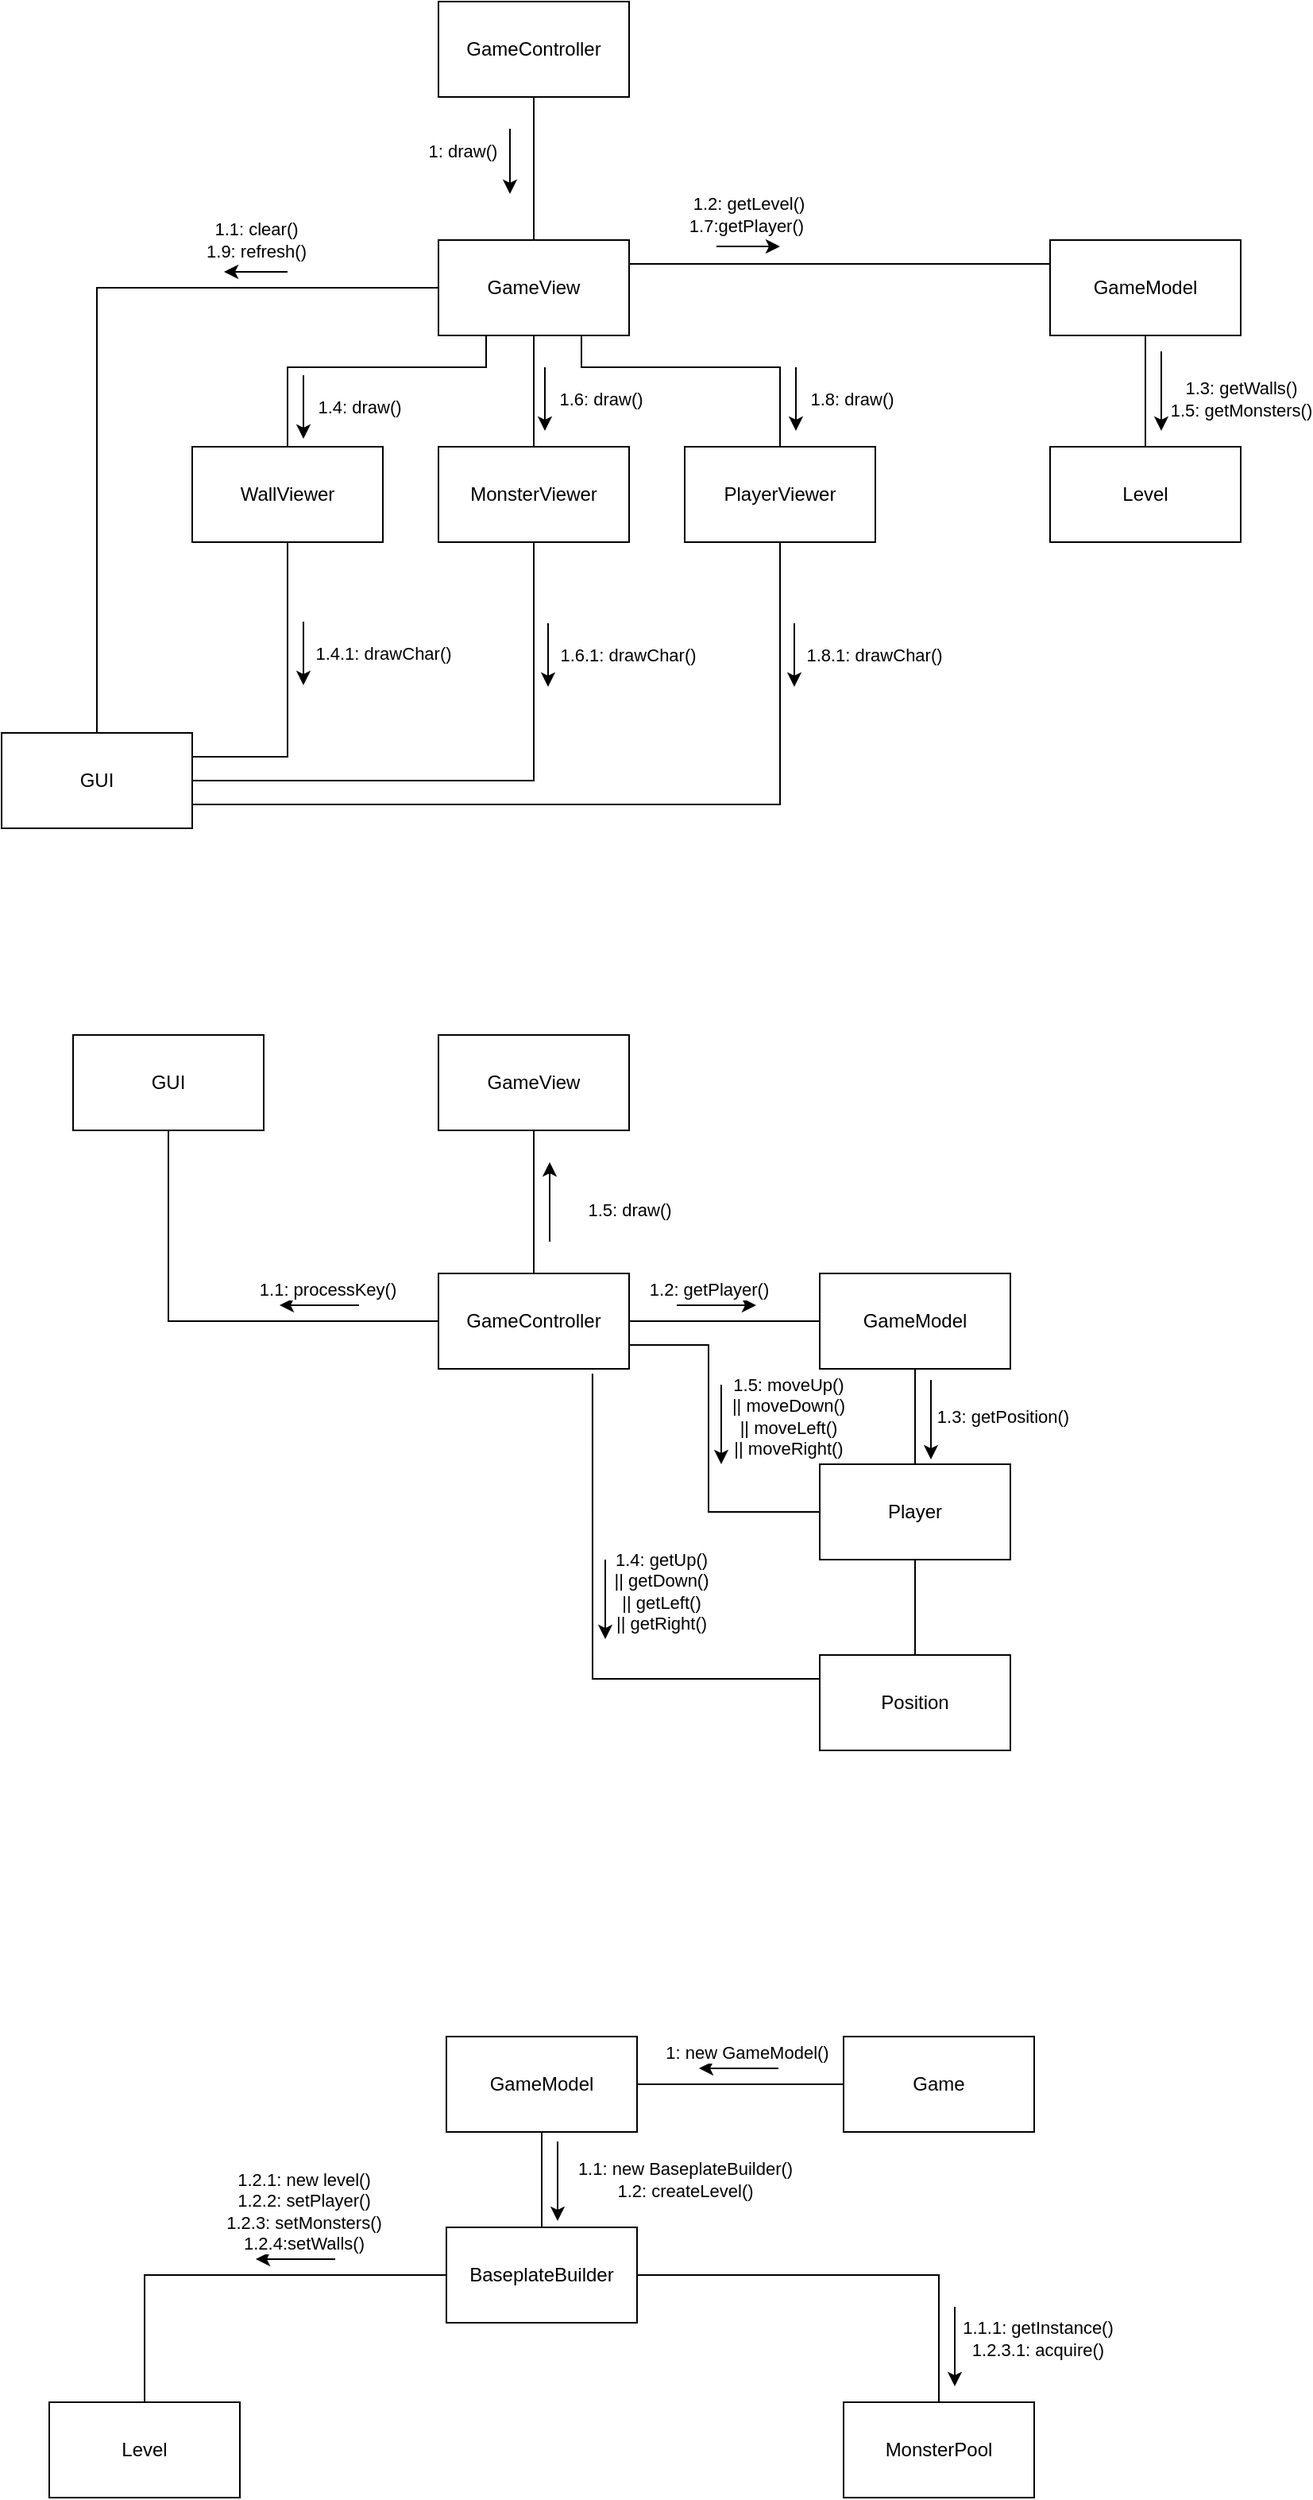
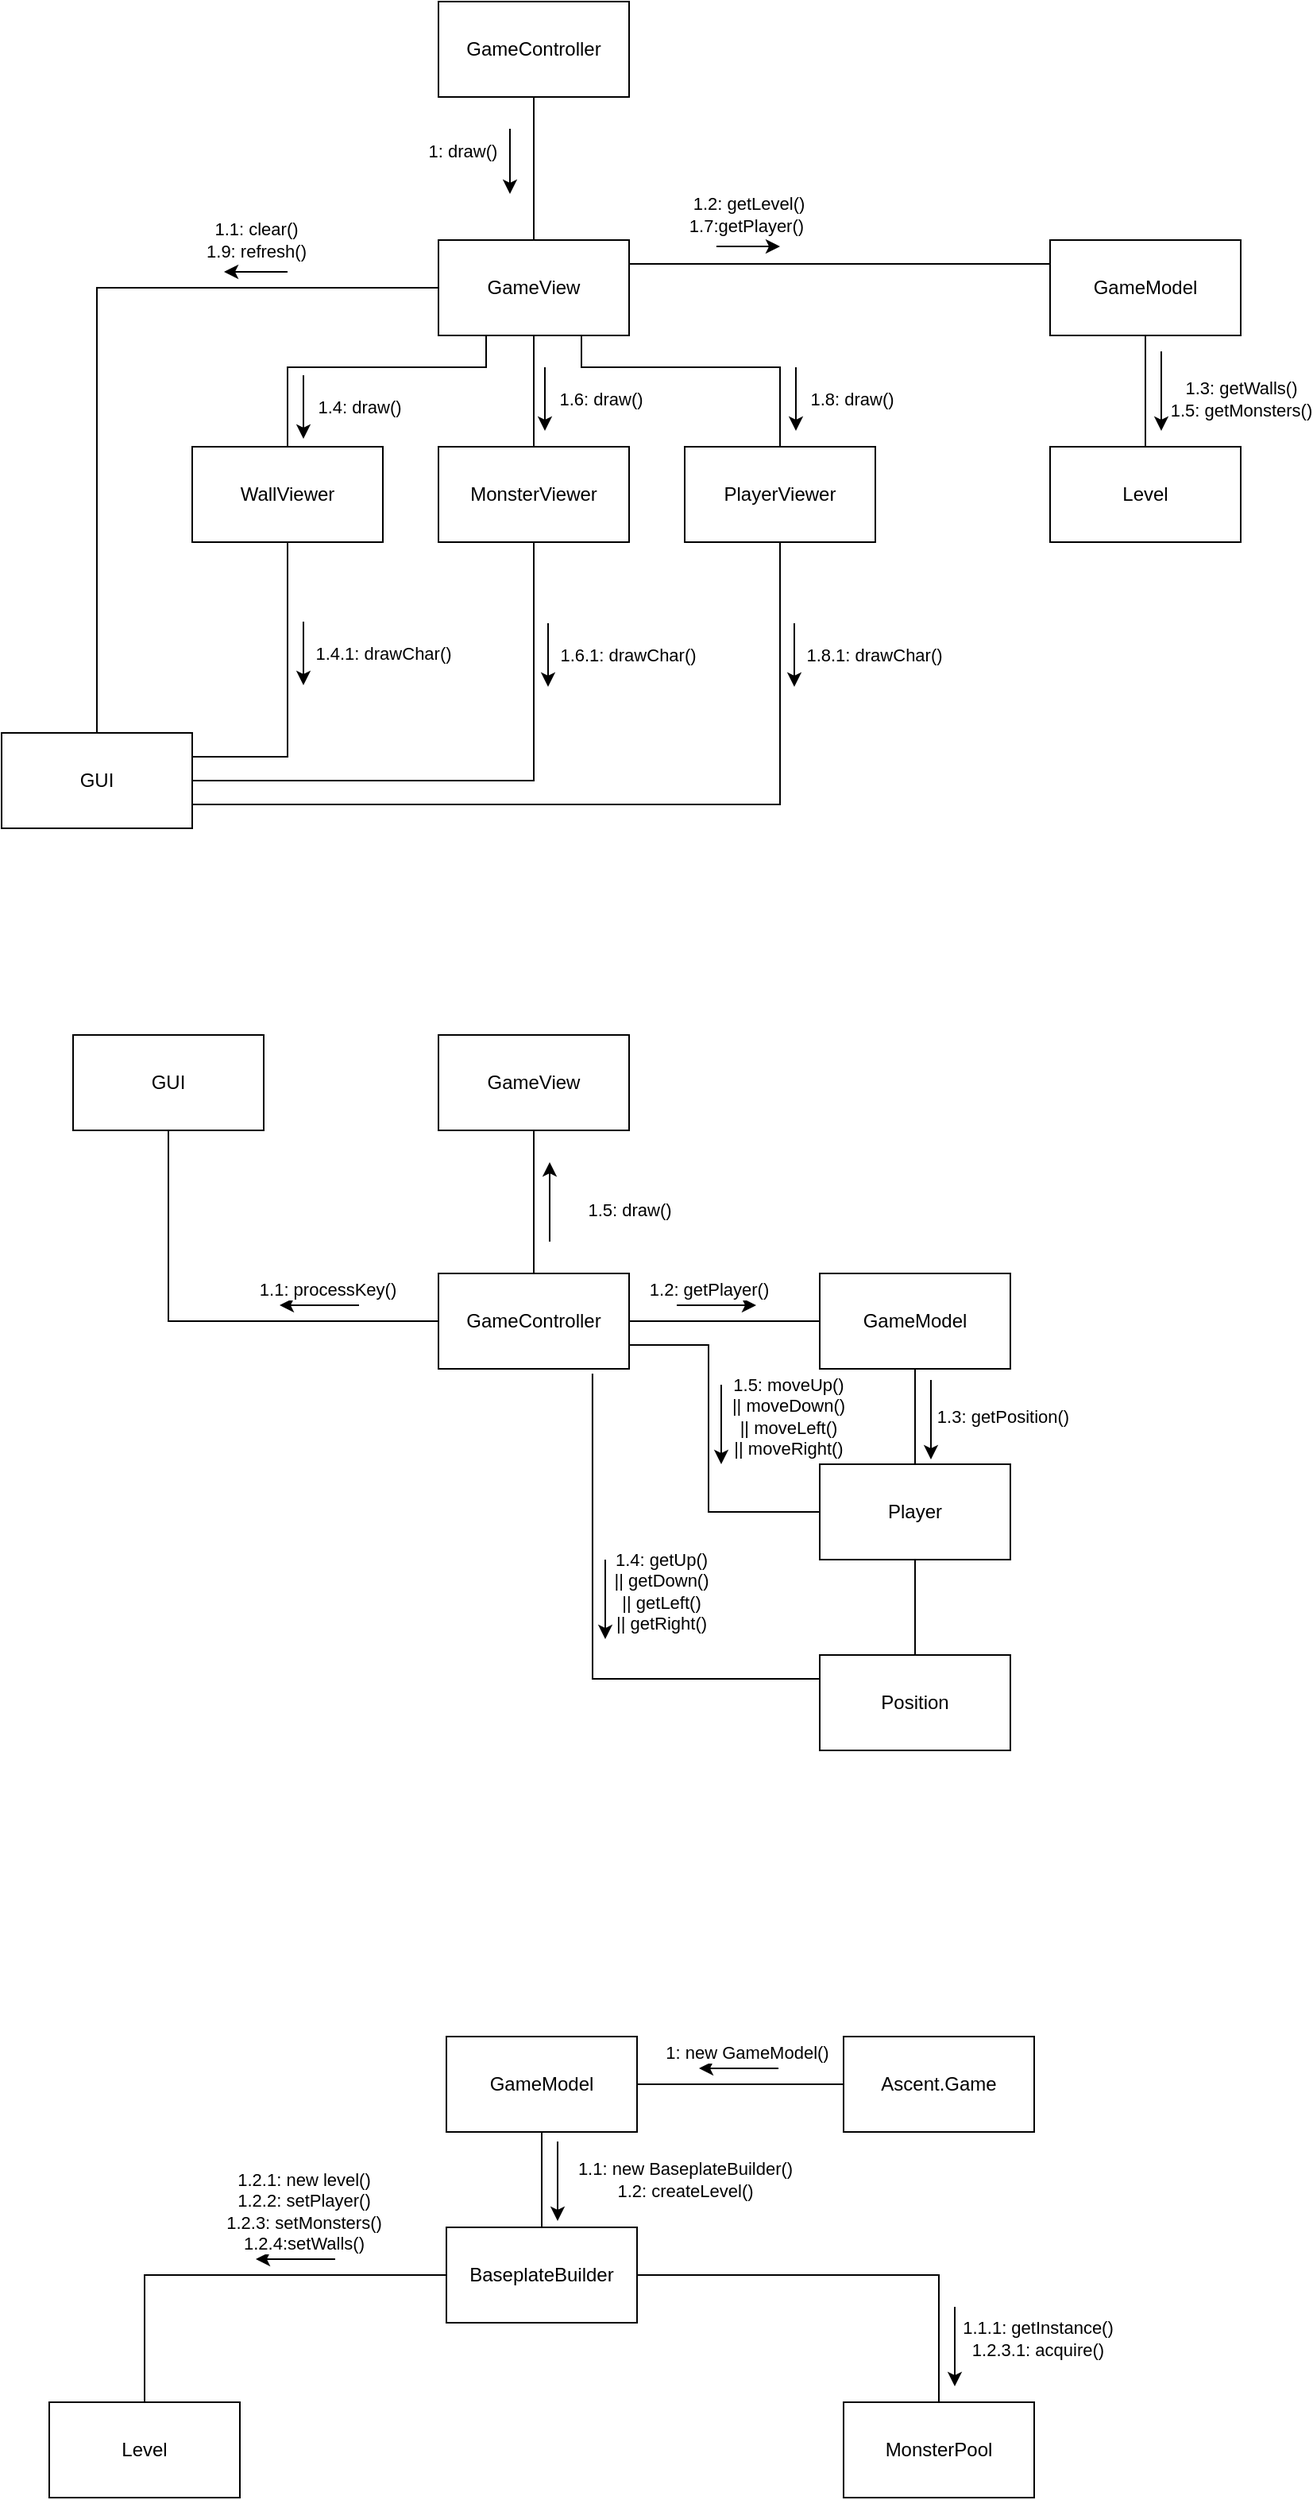
<?xml version="1.0" encoding="UTF-8"?>
<mxfile host="app.diagrams.net" agent="Mozilla/5.0 (Windows NT 10.0; Win64; x64) AppleWebKit/537.36 (KHTML, like Gecko) Chrome/140.0.0.0 Safari/537.36 OPR/124.0.0.0" version="29.0.3">
  <diagram id="YjPSb2SedmJWMKvdduFZ" name="Draw">
    <mxGraphModel dx="1830" dy="1143" grid="1" gridSize="10" guides="1" tooltips="1" connect="1" arrows="1" fold="1" page="1" pageScale="1" pageWidth="850" pageHeight="1100" math="0" shadow="0">
      <root>
        <mxCell id="0" />
        <mxCell id="1" parent="0" />
        <mxCell id="lETLsNKhWcankGJ5vfBW-2" value="GameController" style="rounded=0;whiteSpace=wrap;html=1;" vertex="1" parent="1">
          <mxGeometry x="205" y="330" width="120" height="60" as="geometry" />
        </mxCell>
        <mxCell id="lETLsNKhWcankGJ5vfBW-3" value="GameModel" style="rounded=0;whiteSpace=wrap;html=1;" vertex="1" parent="1">
          <mxGeometry x="590" y="480" width="120" height="60" as="geometry" />
        </mxCell>
        <mxCell id="UcpVN5mYnO5oIUKY5FoK-5" value="GameView" style="rounded=0;whiteSpace=wrap;html=1;" vertex="1" parent="1">
          <mxGeometry x="205" y="480" width="120" height="60" as="geometry" />
        </mxCell>
        <mxCell id="lSLXmA_9nLGFS4caKplQ-2" value="" style="endArrow=none;html=1;rounded=0;entryX=0.5;entryY=1;entryDx=0;entryDy=0;exitX=0.5;exitY=0;exitDx=0;exitDy=0;" edge="1" parent="1" source="UcpVN5mYnO5oIUKY5FoK-5" target="lETLsNKhWcankGJ5vfBW-2">
          <mxGeometry width="50" height="50" relative="1" as="geometry">
            <mxPoint x="240" y="480" as="sourcePoint" />
            <mxPoint x="380" y="390" as="targetPoint" />
            <Array as="points" />
          </mxGeometry>
        </mxCell>
        <mxCell id="lSLXmA_9nLGFS4caKplQ-3" value="&lt;span style=&quot;color: rgb(0, 0, 0); font-family: Helvetica; font-size: 11px; font-style: normal; font-variant-ligatures: normal; font-variant-caps: normal; font-weight: 400; letter-spacing: normal; orphans: 2; text-align: center; text-indent: 0px; text-transform: none; widows: 2; word-spacing: 0px; -webkit-text-stroke-width: 0px; background-color: rgb(255, 255, 255); text-decoration-thickness: initial; text-decoration-style: initial; text-decoration-color: initial; float: none; display: inline !important;&quot;&gt;1: draw()&lt;/span&gt;" style="endArrow=classic;html=1;rounded=0;" edge="1" parent="1">
          <mxGeometry x="-0.3333" y="-30" width="50" height="50" relative="1" as="geometry">
            <mxPoint x="250" y="410" as="sourcePoint" />
            <mxPoint x="250" y="451" as="targetPoint" />
            <mxPoint as="offset" />
          </mxGeometry>
        </mxCell>
        <mxCell id="uTBpaK8IDcfG9yhfwasl-1" value="WallViewer" style="rounded=0;whiteSpace=wrap;html=1;" vertex="1" parent="1">
          <mxGeometry x="50" y="610" width="120" height="60" as="geometry" />
        </mxCell>
        <mxCell id="uTBpaK8IDcfG9yhfwasl-2" value="" style="endArrow=none;html=1;rounded=0;exitX=0.5;exitY=0;exitDx=0;exitDy=0;entryX=0.5;entryY=1;entryDx=0;entryDy=0;" edge="1" parent="1" source="uTBpaK8IDcfG9yhfwasl-3" target="UcpVN5mYnO5oIUKY5FoK-5">
          <mxGeometry width="50" height="50" relative="1" as="geometry">
            <mxPoint x="240" y="590" as="sourcePoint" />
            <mxPoint x="290" y="540" as="targetPoint" />
          </mxGeometry>
        </mxCell>
        <mxCell id="uTBpaK8IDcfG9yhfwasl-3" value="MonsterViewer" style="rounded=0;whiteSpace=wrap;html=1;" vertex="1" parent="1">
          <mxGeometry x="205" y="610" width="120" height="60" as="geometry" />
        </mxCell>
        <mxCell id="uTBpaK8IDcfG9yhfwasl-4" value="PlayerViewer" style="rounded=0;whiteSpace=wrap;html=1;" vertex="1" parent="1">
          <mxGeometry x="360" y="610" width="120" height="60" as="geometry" />
        </mxCell>
        <mxCell id="uTBpaK8IDcfG9yhfwasl-5" value="" style="endArrow=none;html=1;rounded=0;exitX=0.5;exitY=0;exitDx=0;exitDy=0;entryX=0.25;entryY=1;entryDx=0;entryDy=0;" edge="1" parent="1" source="uTBpaK8IDcfG9yhfwasl-1" target="UcpVN5mYnO5oIUKY5FoK-5">
          <mxGeometry width="50" height="50" relative="1" as="geometry">
            <mxPoint x="120" y="560" as="sourcePoint" />
            <mxPoint x="120" y="490" as="targetPoint" />
            <Array as="points">
              <mxPoint x="110" y="560" />
              <mxPoint x="235" y="560" />
            </Array>
          </mxGeometry>
        </mxCell>
        <mxCell id="uTBpaK8IDcfG9yhfwasl-6" value="" style="endArrow=none;html=1;rounded=0;exitX=0.5;exitY=0;exitDx=0;exitDy=0;entryX=0.75;entryY=1;entryDx=0;entryDy=0;" edge="1" parent="1" source="uTBpaK8IDcfG9yhfwasl-4" target="UcpVN5mYnO5oIUKY5FoK-5">
          <mxGeometry width="50" height="50" relative="1" as="geometry">
            <mxPoint x="380" y="650" as="sourcePoint" />
            <mxPoint x="475" y="550" as="targetPoint" />
            <Array as="points">
              <mxPoint x="420" y="560" />
              <mxPoint x="295" y="560" />
            </Array>
          </mxGeometry>
        </mxCell>
        <mxCell id="xp03y-QlZcMOzMCWBn0v-1" value="" style="endArrow=none;html=1;rounded=0;entryX=0;entryY=0.25;entryDx=0;entryDy=0;exitX=1;exitY=0.25;exitDx=0;exitDy=0;" edge="1" parent="1" source="UcpVN5mYnO5oIUKY5FoK-5" target="lETLsNKhWcankGJ5vfBW-3">
          <mxGeometry width="50" height="50" relative="1" as="geometry">
            <mxPoint x="360" y="725" as="sourcePoint" />
            <mxPoint x="500" y="470" as="targetPoint" />
            <Array as="points" />
          </mxGeometry>
        </mxCell>
        <mxCell id="KRrUkrY_6cxvYY6z944D-1" value="&lt;span style=&quot;color: rgb(0, 0, 0); font-family: Helvetica; font-size: 11px; font-style: normal; font-variant-ligatures: normal; font-variant-caps: normal; font-weight: 400; letter-spacing: normal; orphans: 2; text-align: center; text-indent: 0px; text-transform: none; widows: 2; word-spacing: 0px; -webkit-text-stroke-width: 0px; background-color: rgb(255, 255, 255); text-decoration-thickness: initial; text-decoration-style: initial; text-decoration-color: initial; float: none; display: inline !important;&quot;&gt;1.2: getLevel()&lt;/span&gt;&lt;div&gt;&lt;span style=&quot;color: rgb(0, 0, 0); font-family: Helvetica; font-size: 11px; font-style: normal; font-variant-ligatures: normal; font-variant-caps: normal; font-weight: 400; letter-spacing: normal; orphans: 2; text-align: center; text-indent: 0px; text-transform: none; widows: 2; word-spacing: 0px; -webkit-text-stroke-width: 0px; background-color: rgb(255, 255, 255); text-decoration-thickness: initial; text-decoration-style: initial; text-decoration-color: initial; float: none; display: inline !important;&quot;&gt;1.7:getPlayer()&amp;nbsp;&lt;/span&gt;&lt;/div&gt;" style="endArrow=classic;html=1;rounded=0;" edge="1" parent="1">
          <mxGeometry y="20" width="50" height="50" relative="1" as="geometry">
            <mxPoint x="380" y="484" as="sourcePoint" />
            <mxPoint x="420" y="484" as="targetPoint" />
            <mxPoint as="offset" />
          </mxGeometry>
        </mxCell>
        <mxCell id="KRrUkrY_6cxvYY6z944D-4" value="Level" style="rounded=0;whiteSpace=wrap;html=1;" vertex="1" parent="1">
          <mxGeometry x="590" y="610" width="120" height="60" as="geometry" />
        </mxCell>
        <mxCell id="KRrUkrY_6cxvYY6z944D-5" value="" style="endArrow=none;html=1;rounded=0;entryX=0.5;entryY=0;entryDx=0;entryDy=0;exitX=0.5;exitY=1;exitDx=0;exitDy=0;" edge="1" parent="1" source="lETLsNKhWcankGJ5vfBW-3" target="KRrUkrY_6cxvYY6z944D-4">
          <mxGeometry width="50" height="50" relative="1" as="geometry">
            <mxPoint x="660" y="660" as="sourcePoint" />
            <mxPoint x="710" y="610" as="targetPoint" />
          </mxGeometry>
        </mxCell>
        <mxCell id="KRrUkrY_6cxvYY6z944D-6" value="&lt;span style=&quot;color: rgb(0, 0, 0); font-family: Helvetica; font-size: 11px; font-style: normal; font-variant-ligatures: normal; font-variant-caps: normal; font-weight: 400; letter-spacing: normal; orphans: 2; text-align: center; text-indent: 0px; text-transform: none; widows: 2; word-spacing: 0px; -webkit-text-stroke-width: 0px; background-color: rgb(255, 255, 255); text-decoration-thickness: initial; text-decoration-style: initial; text-decoration-color: initial; float: none; display: inline !important;&quot;&gt;1.3: getWalls()&lt;/span&gt;&lt;div&gt;&lt;span style=&quot;color: rgb(0, 0, 0); font-family: Helvetica; font-size: 11px; font-style: normal; font-variant-ligatures: normal; font-variant-caps: normal; font-weight: 400; letter-spacing: normal; orphans: 2; text-align: center; text-indent: 0px; text-transform: none; widows: 2; word-spacing: 0px; -webkit-text-stroke-width: 0px; background-color: rgb(255, 255, 255); text-decoration-thickness: initial; text-decoration-style: initial; text-decoration-color: initial; float: none; display: inline !important;&quot;&gt;1.5: getMonsters()&lt;/span&gt;&lt;/div&gt;" style="endArrow=classic;html=1;rounded=0;" edge="1" parent="1">
          <mxGeometry x="0.2" y="50" width="50" height="50" relative="1" as="geometry">
            <mxPoint x="660" y="550" as="sourcePoint" />
            <mxPoint x="660" y="600" as="targetPoint" />
            <mxPoint as="offset" />
          </mxGeometry>
        </mxCell>
        <mxCell id="0zapDN5xTuSFzIeVgdB1-4" value="&lt;span style=&quot;color: rgb(0, 0, 0); font-family: Helvetica; font-size: 11px; font-style: normal; font-variant-ligatures: normal; font-variant-caps: normal; font-weight: 400; letter-spacing: normal; orphans: 2; text-align: center; text-indent: 0px; text-transform: none; widows: 2; word-spacing: 0px; -webkit-text-stroke-width: 0px; background-color: rgb(255, 255, 255); text-decoration-thickness: initial; text-decoration-style: initial; text-decoration-color: initial; float: none; display: inline !important;&quot;&gt;1.6: draw()&lt;/span&gt;" style="endArrow=classic;html=1;rounded=0;" edge="1" parent="1">
          <mxGeometry y="35" width="50" height="50" relative="1" as="geometry">
            <mxPoint x="272" y="560" as="sourcePoint" />
            <mxPoint x="272" y="600" as="targetPoint" />
            <mxPoint as="offset" />
          </mxGeometry>
        </mxCell>
        <mxCell id="0zapDN5xTuSFzIeVgdB1-5" value="&lt;span style=&quot;color: rgb(0, 0, 0); font-family: Helvetica; font-size: 11px; font-style: normal; font-variant-ligatures: normal; font-variant-caps: normal; font-weight: 400; letter-spacing: normal; orphans: 2; text-align: center; text-indent: 0px; text-transform: none; widows: 2; word-spacing: 0px; -webkit-text-stroke-width: 0px; background-color: rgb(255, 255, 255); text-decoration-thickness: initial; text-decoration-style: initial; text-decoration-color: initial; float: none; display: inline !important;&quot;&gt;1.8: draw()&lt;/span&gt;" style="endArrow=classic;html=1;rounded=0;" edge="1" parent="1">
          <mxGeometry y="35" width="50" height="50" relative="1" as="geometry">
            <mxPoint x="430" y="560" as="sourcePoint" />
            <mxPoint x="430" y="600" as="targetPoint" />
            <mxPoint as="offset" />
          </mxGeometry>
        </mxCell>
        <mxCell id="6pOb5snYKmOCYrcFLq1W-1" value="GUI" style="rounded=0;whiteSpace=wrap;html=1;" vertex="1" parent="1">
          <mxGeometry x="-70" y="790" width="120" height="60" as="geometry" />
        </mxCell>
        <mxCell id="6pOb5snYKmOCYrcFLq1W-2" value="&lt;span style=&quot;color: rgb(0, 0, 0); font-family: Helvetica; font-size: 11px; font-style: normal; font-variant-ligatures: normal; font-variant-caps: normal; font-weight: 400; letter-spacing: normal; orphans: 2; text-align: center; text-indent: 0px; text-transform: none; widows: 2; word-spacing: 0px; -webkit-text-stroke-width: 0px; background-color: rgb(255, 255, 255); text-decoration-thickness: initial; text-decoration-style: initial; text-decoration-color: initial; float: none; display: inline !important;&quot;&gt;1.4: draw()&lt;/span&gt;" style="endArrow=classic;html=1;rounded=0;" edge="1" parent="1">
          <mxGeometry y="35" width="50" height="50" relative="1" as="geometry">
            <mxPoint x="120" y="565" as="sourcePoint" />
            <mxPoint x="120" y="605" as="targetPoint" />
            <mxPoint as="offset" />
          </mxGeometry>
        </mxCell>
        <mxCell id="6pOb5snYKmOCYrcFLq1W-3" value="" style="endArrow=none;html=1;rounded=0;entryX=0;entryY=0.5;entryDx=0;entryDy=0;exitX=0.5;exitY=0;exitDx=0;exitDy=0;" edge="1" parent="1" source="6pOb5snYKmOCYrcFLq1W-1" target="UcpVN5mYnO5oIUKY5FoK-5">
          <mxGeometry width="50" height="50" relative="1" as="geometry">
            <mxPoint x="240" y="660" as="sourcePoint" />
            <mxPoint x="290" y="610" as="targetPoint" />
            <Array as="points">
              <mxPoint x="-10" y="510" />
            </Array>
          </mxGeometry>
        </mxCell>
        <mxCell id="6pOb5snYKmOCYrcFLq1W-4" value="&lt;span style=&quot;color: rgb(0, 0, 0); font-family: Helvetica; font-size: 11px; font-style: normal; font-variant-ligatures: normal; font-variant-caps: normal; font-weight: 400; letter-spacing: normal; orphans: 2; text-align: center; text-indent: 0px; text-transform: none; widows: 2; word-spacing: 0px; -webkit-text-stroke-width: 0px; background-color: rgb(255, 255, 255); text-decoration-thickness: initial; text-decoration-style: initial; text-decoration-color: initial; float: none; display: inline !important;&quot;&gt;1.1: clear()&lt;/span&gt;&lt;div&gt;&lt;span style=&quot;color: rgb(0, 0, 0); font-family: Helvetica; font-size: 11px; font-style: normal; font-variant-ligatures: normal; font-variant-caps: normal; font-weight: 400; letter-spacing: normal; orphans: 2; text-align: center; text-indent: 0px; text-transform: none; widows: 2; word-spacing: 0px; -webkit-text-stroke-width: 0px; background-color: rgb(255, 255, 255); text-decoration-thickness: initial; text-decoration-style: initial; text-decoration-color: initial; float: none; display: inline !important;&quot;&gt;1.9: refresh()&lt;/span&gt;&lt;/div&gt;" style="endArrow=classic;html=1;rounded=0;" edge="1" parent="1">
          <mxGeometry y="-20" width="50" height="50" relative="1" as="geometry">
            <mxPoint x="110" y="500" as="sourcePoint" />
            <mxPoint x="70" y="500" as="targetPoint" />
            <mxPoint as="offset" />
          </mxGeometry>
        </mxCell>
        <mxCell id="6pOb5snYKmOCYrcFLq1W-5" value="" style="endArrow=none;html=1;rounded=0;exitX=0.5;exitY=1;exitDx=0;exitDy=0;entryX=1;entryY=0.25;entryDx=0;entryDy=0;" edge="1" parent="1" source="uTBpaK8IDcfG9yhfwasl-1" target="6pOb5snYKmOCYrcFLq1W-1">
          <mxGeometry width="50" height="50" relative="1" as="geometry">
            <mxPoint x="280" y="660" as="sourcePoint" />
            <mxPoint x="110" y="820" as="targetPoint" />
            <Array as="points">
              <mxPoint x="110" y="805" />
            </Array>
          </mxGeometry>
        </mxCell>
        <mxCell id="6pOb5snYKmOCYrcFLq1W-6" value="&lt;span style=&quot;color: rgb(0, 0, 0); font-family: Helvetica; font-size: 11px; font-style: normal; font-variant-ligatures: normal; font-variant-caps: normal; font-weight: 400; letter-spacing: normal; orphans: 2; text-align: center; text-indent: 0px; text-transform: none; widows: 2; word-spacing: 0px; -webkit-text-stroke-width: 0px; background-color: rgb(255, 255, 255); text-decoration-thickness: initial; text-decoration-style: initial; text-decoration-color: initial; float: none; display: inline !important;&quot;&gt;1.4.1: drawChar()&lt;/span&gt;" style="endArrow=classic;html=1;rounded=0;" edge="1" parent="1">
          <mxGeometry y="50" width="50" height="50" relative="1" as="geometry">
            <mxPoint x="120" y="720" as="sourcePoint" />
            <mxPoint x="120" y="760" as="targetPoint" />
            <mxPoint as="offset" />
          </mxGeometry>
        </mxCell>
        <mxCell id="6pOb5snYKmOCYrcFLq1W-7" value="" style="endArrow=none;html=1;rounded=0;exitX=0.5;exitY=1;exitDx=0;exitDy=0;entryX=1;entryY=0.5;entryDx=0;entryDy=0;" edge="1" parent="1" source="uTBpaK8IDcfG9yhfwasl-3" target="6pOb5snYKmOCYrcFLq1W-1">
          <mxGeometry width="50" height="50" relative="1" as="geometry">
            <mxPoint x="320" y="790" as="sourcePoint" />
            <mxPoint x="260" y="925" as="targetPoint" />
            <Array as="points">
              <mxPoint x="265" y="820" />
            </Array>
          </mxGeometry>
        </mxCell>
        <mxCell id="6pOb5snYKmOCYrcFLq1W-8" value="&lt;span style=&quot;color: rgb(0, 0, 0); font-family: Helvetica; font-size: 11px; font-style: normal; font-variant-ligatures: normal; font-variant-caps: normal; font-weight: 400; letter-spacing: normal; orphans: 2; text-align: center; text-indent: 0px; text-transform: none; widows: 2; word-spacing: 0px; -webkit-text-stroke-width: 0px; background-color: rgb(255, 255, 255); text-decoration-thickness: initial; text-decoration-style: initial; text-decoration-color: initial; float: none; display: inline !important;&quot;&gt;1.6.1: drawChar()&lt;/span&gt;" style="endArrow=classic;html=1;rounded=0;" edge="1" parent="1">
          <mxGeometry y="50" width="50" height="50" relative="1" as="geometry">
            <mxPoint x="274" y="721" as="sourcePoint" />
            <mxPoint x="274" y="761" as="targetPoint" />
            <mxPoint as="offset" />
          </mxGeometry>
        </mxCell>
        <mxCell id="6pOb5snYKmOCYrcFLq1W-11" value="" style="endArrow=none;html=1;rounded=0;exitX=0.5;exitY=1;exitDx=0;exitDy=0;entryX=1;entryY=0.75;entryDx=0;entryDy=0;" edge="1" parent="1" target="6pOb5snYKmOCYrcFLq1W-1">
          <mxGeometry width="50" height="50" relative="1" as="geometry">
            <mxPoint x="420" y="670" as="sourcePoint" />
            <mxPoint x="205" y="820" as="targetPoint" />
            <Array as="points">
              <mxPoint x="420" y="835" />
            </Array>
          </mxGeometry>
        </mxCell>
        <mxCell id="6pOb5snYKmOCYrcFLq1W-12" value="&lt;span style=&quot;color: rgb(0, 0, 0); font-family: Helvetica; font-size: 11px; font-style: normal; font-variant-ligatures: normal; font-variant-caps: normal; font-weight: 400; letter-spacing: normal; orphans: 2; text-align: center; text-indent: 0px; text-transform: none; widows: 2; word-spacing: 0px; -webkit-text-stroke-width: 0px; background-color: rgb(255, 255, 255); text-decoration-thickness: initial; text-decoration-style: initial; text-decoration-color: initial; float: none; display: inline !important;&quot;&gt;1.8.1: drawChar()&lt;/span&gt;" style="endArrow=classic;html=1;rounded=0;" edge="1" parent="1">
          <mxGeometry y="50" width="50" height="50" relative="1" as="geometry">
            <mxPoint x="429" y="721" as="sourcePoint" />
            <mxPoint x="429" y="761" as="targetPoint" />
            <mxPoint as="offset" />
          </mxGeometry>
        </mxCell>
        <mxCell id="bet9H8ktPUoF8WtyspT3-1" value="GameController" style="rounded=0;whiteSpace=wrap;html=1;" vertex="1" parent="1">
          <mxGeometry x="205" y="1130" width="120" height="60" as="geometry" />
        </mxCell>
        <mxCell id="bet9H8ktPUoF8WtyspT3-2" value="&lt;div&gt;GUI&lt;/div&gt;" style="rounded=0;whiteSpace=wrap;html=1;" vertex="1" parent="1">
          <mxGeometry x="-25" y="980" width="120" height="60" as="geometry" />
        </mxCell>
        <mxCell id="bet9H8ktPUoF8WtyspT3-3" value="" style="endArrow=none;html=1;rounded=0;entryX=0;entryY=0.5;entryDx=0;entryDy=0;exitX=0.5;exitY=1;exitDx=0;exitDy=0;" edge="1" parent="1" source="bet9H8ktPUoF8WtyspT3-2" target="bet9H8ktPUoF8WtyspT3-1">
          <mxGeometry width="50" height="50" relative="1" as="geometry">
            <mxPoint x="285" y="1420" as="sourcePoint" />
            <mxPoint x="335" y="1370" as="targetPoint" />
            <Array as="points">
              <mxPoint x="35" y="1160" />
            </Array>
          </mxGeometry>
        </mxCell>
        <mxCell id="bet9H8ktPUoF8WtyspT3-4" value="&lt;span style=&quot;color: rgb(0, 0, 0); font-family: Helvetica; font-size: 11px; font-style: normal; font-variant-ligatures: normal; font-variant-caps: normal; font-weight: 400; letter-spacing: normal; orphans: 2; text-align: center; text-indent: 0px; text-transform: none; widows: 2; word-spacing: 0px; -webkit-text-stroke-width: 0px; background-color: rgb(255, 255, 255); text-decoration-thickness: initial; text-decoration-style: initial; text-decoration-color: initial; float: none; display: inline !important;&quot;&gt;1.1: processKey()&lt;/span&gt;" style="endArrow=classic;html=1;rounded=0;" edge="1" parent="1">
          <mxGeometry x="-0.2" y="-10" width="50" height="50" relative="1" as="geometry">
            <mxPoint x="155" y="1150" as="sourcePoint" />
            <mxPoint x="105" y="1150" as="targetPoint" />
            <mxPoint as="offset" />
          </mxGeometry>
        </mxCell>
        <mxCell id="bet9H8ktPUoF8WtyspT3-5" value="&lt;div&gt;GameModel&lt;/div&gt;" style="rounded=0;whiteSpace=wrap;html=1;" vertex="1" parent="1">
          <mxGeometry x="445" y="1130" width="120" height="60" as="geometry" />
        </mxCell>
        <mxCell id="bet9H8ktPUoF8WtyspT3-6" value="" style="endArrow=none;html=1;rounded=0;" edge="1" parent="1" source="bet9H8ktPUoF8WtyspT3-1" target="bet9H8ktPUoF8WtyspT3-5">
          <mxGeometry width="50" height="50" relative="1" as="geometry">
            <mxPoint x="325" y="1160" as="sourcePoint" />
            <mxPoint x="435" y="1160" as="targetPoint" />
          </mxGeometry>
        </mxCell>
        <mxCell id="bet9H8ktPUoF8WtyspT3-7" value="&lt;span style=&quot;color: rgb(0, 0, 0); font-family: Helvetica; font-size: 11px; font-style: normal; font-variant-ligatures: normal; font-variant-caps: normal; font-weight: 400; letter-spacing: normal; orphans: 2; text-align: center; text-indent: 0px; text-transform: none; widows: 2; word-spacing: 0px; -webkit-text-stroke-width: 0px; background-color: rgb(255, 255, 255); text-decoration-thickness: initial; text-decoration-style: initial; text-decoration-color: initial; float: none; display: inline !important;&quot;&gt;1.2: getPlayer()&lt;/span&gt;" style="endArrow=classic;html=1;rounded=0;" edge="1" parent="1">
          <mxGeometry x="-0.2" y="10" width="50" height="50" relative="1" as="geometry">
            <mxPoint x="355" y="1150" as="sourcePoint" />
            <mxPoint x="405" y="1150" as="targetPoint" />
            <mxPoint as="offset" />
          </mxGeometry>
        </mxCell>
        <mxCell id="bet9H8ktPUoF8WtyspT3-8" value="" style="endArrow=none;html=1;rounded=0;entryX=0.5;entryY=1;entryDx=0;entryDy=0;exitX=0.5;exitY=0;exitDx=0;exitDy=0;" edge="1" parent="1" source="bet9H8ktPUoF8WtyspT3-9" target="bet9H8ktPUoF8WtyspT3-5">
          <mxGeometry width="50" height="50" relative="1" as="geometry">
            <mxPoint x="505" y="1250" as="sourcePoint" />
            <mxPoint x="355" y="1370" as="targetPoint" />
          </mxGeometry>
        </mxCell>
        <mxCell id="bet9H8ktPUoF8WtyspT3-9" value="&lt;div&gt;Player&lt;/div&gt;" style="rounded=0;whiteSpace=wrap;html=1;" vertex="1" parent="1">
          <mxGeometry x="445" y="1250" width="120" height="60" as="geometry" />
        </mxCell>
        <mxCell id="bet9H8ktPUoF8WtyspT3-10" value="&lt;span style=&quot;color: rgb(0, 0, 0); font-family: Helvetica; font-size: 11px; font-style: normal; font-variant-ligatures: normal; font-variant-caps: normal; font-weight: 400; letter-spacing: normal; orphans: 2; text-align: center; text-indent: 0px; text-transform: none; widows: 2; word-spacing: 0px; -webkit-text-stroke-width: 0px; background-color: rgb(255, 255, 255); text-decoration-thickness: initial; text-decoration-style: initial; text-decoration-color: initial; float: none; display: inline !important;&quot;&gt;1.3: getPosition()&lt;/span&gt;" style="endArrow=classic;html=1;rounded=0;" edge="1" parent="1">
          <mxGeometry x="-0.08" y="45" width="50" height="50" relative="1" as="geometry">
            <mxPoint x="515" y="1197" as="sourcePoint" />
            <mxPoint x="515" y="1247" as="targetPoint" />
            <mxPoint as="offset" />
          </mxGeometry>
        </mxCell>
        <mxCell id="bet9H8ktPUoF8WtyspT3-11" value="" style="endArrow=none;html=1;rounded=0;exitX=1;exitY=0.75;exitDx=0;exitDy=0;entryX=0;entryY=0.5;entryDx=0;entryDy=0;" edge="1" parent="1" source="bet9H8ktPUoF8WtyspT3-1" target="bet9H8ktPUoF8WtyspT3-9">
          <mxGeometry width="50" height="50" relative="1" as="geometry">
            <mxPoint x="355" y="1200" as="sourcePoint" />
            <mxPoint x="455" y="1200" as="targetPoint" />
            <Array as="points">
              <mxPoint x="375" y="1175" />
              <mxPoint x="375" y="1280" />
            </Array>
          </mxGeometry>
        </mxCell>
        <mxCell id="bet9H8ktPUoF8WtyspT3-12" value="&lt;span style=&quot;color: rgb(0, 0, 0); font-family: Helvetica; font-size: 11px; font-style: normal; font-variant-ligatures: normal; font-variant-caps: normal; font-weight: 400; letter-spacing: normal; orphans: 2; text-align: center; text-indent: 0px; text-transform: none; widows: 2; word-spacing: 0px; -webkit-text-stroke-width: 0px; background-color: rgb(255, 255, 255); text-decoration-thickness: initial; text-decoration-style: initial; text-decoration-color: initial; float: none; display: inline !important;&quot;&gt;1.5: moveUp()&lt;/span&gt;&lt;div&gt;&lt;span style=&quot;color: rgb(0, 0, 0); font-family: Helvetica; font-size: 11px; font-style: normal; font-variant-ligatures: normal; font-variant-caps: normal; font-weight: 400; letter-spacing: normal; orphans: 2; text-align: center; text-indent: 0px; text-transform: none; widows: 2; word-spacing: 0px; -webkit-text-stroke-width: 0px; background-color: rgb(255, 255, 255); text-decoration-thickness: initial; text-decoration-style: initial; text-decoration-color: initial; float: none; display: inline !important;&quot;&gt;|| moveDown()&lt;/span&gt;&lt;/div&gt;&lt;div&gt;&lt;span style=&quot;color: rgb(0, 0, 0); font-family: Helvetica; font-size: 11px; font-style: normal; font-variant-ligatures: normal; font-variant-caps: normal; font-weight: 400; letter-spacing: normal; orphans: 2; text-align: center; text-indent: 0px; text-transform: none; widows: 2; word-spacing: 0px; -webkit-text-stroke-width: 0px; background-color: rgb(255, 255, 255); text-decoration-thickness: initial; text-decoration-style: initial; text-decoration-color: initial; float: none; display: inline !important;&quot;&gt;|| moveLeft()&lt;/span&gt;&lt;/div&gt;&lt;div&gt;&lt;span style=&quot;color: rgb(0, 0, 0); font-family: Helvetica; font-size: 11px; font-style: normal; font-variant-ligatures: normal; font-variant-caps: normal; font-weight: 400; letter-spacing: normal; orphans: 2; text-align: center; text-indent: 0px; text-transform: none; widows: 2; word-spacing: 0px; -webkit-text-stroke-width: 0px; background-color: rgb(255, 255, 255); text-decoration-thickness: initial; text-decoration-style: initial; text-decoration-color: initial; float: none; display: inline !important;&quot;&gt;|| moveRight()&lt;/span&gt;&lt;/div&gt;" style="endArrow=classic;html=1;rounded=0;" edge="1" parent="1">
          <mxGeometry x="-0.2" y="42" width="50" height="50" relative="1" as="geometry">
            <mxPoint x="383" y="1200" as="sourcePoint" />
            <mxPoint x="383" y="1250" as="targetPoint" />
            <mxPoint as="offset" />
          </mxGeometry>
        </mxCell>
        <mxCell id="bet9H8ktPUoF8WtyspT3-13" value="" style="endArrow=none;html=1;rounded=0;exitX=0.5;exitY=0;exitDx=0;exitDy=0;" edge="1" parent="1" source="bet9H8ktPUoF8WtyspT3-14" target="bet9H8ktPUoF8WtyspT3-9">
          <mxGeometry width="50" height="50" relative="1" as="geometry">
            <mxPoint x="285" y="1420" as="sourcePoint" />
            <mxPoint x="335" y="1370" as="targetPoint" />
          </mxGeometry>
        </mxCell>
        <mxCell id="bet9H8ktPUoF8WtyspT3-14" value="&lt;div&gt;Position&lt;/div&gt;" style="rounded=0;whiteSpace=wrap;html=1;" vertex="1" parent="1">
          <mxGeometry x="445" y="1370" width="120" height="60" as="geometry" />
        </mxCell>
        <mxCell id="bet9H8ktPUoF8WtyspT3-15" value="" style="endArrow=none;html=1;rounded=0;entryX=0.808;entryY=1.05;entryDx=0;entryDy=0;exitX=0;exitY=0.25;exitDx=0;exitDy=0;entryPerimeter=0;" edge="1" parent="1" source="bet9H8ktPUoF8WtyspT3-14" target="bet9H8ktPUoF8WtyspT3-1">
          <mxGeometry width="50" height="50" relative="1" as="geometry">
            <mxPoint x="285" y="1420" as="sourcePoint" />
            <mxPoint x="335" y="1370" as="targetPoint" />
            <Array as="points">
              <mxPoint x="302" y="1385" />
            </Array>
          </mxGeometry>
        </mxCell>
        <mxCell id="bet9H8ktPUoF8WtyspT3-16" value="&lt;span style=&quot;background-color: rgb(255, 255, 255); color: rgb(0, 0, 0); float: none; display: inline !important;&quot;&gt;1.4: getUp()&lt;/span&gt;&lt;div&gt;&lt;span style=&quot;color: rgb(0, 0, 0); background-color: rgb(255, 255, 255); float: none; display: inline !important;&quot;&gt;|| getDown()&lt;/span&gt;&lt;/div&gt;&lt;div&gt;&lt;span style=&quot;color: rgb(0, 0, 0); background-color: rgb(255, 255, 255); float: none; display: inline !important;&quot;&gt;|| getLeft()&lt;/span&gt;&lt;/div&gt;&lt;div&gt;&lt;span style=&quot;color: rgb(0, 0, 0); background-color: rgb(255, 255, 255); float: none; display: inline !important;&quot;&gt;|| getRight()&lt;/span&gt;&lt;/div&gt;" style="endArrow=classic;html=1;rounded=0;" edge="1" parent="1">
          <mxGeometry x="-0.2" y="35" width="50" height="50" relative="1" as="geometry">
            <mxPoint x="310" y="1310" as="sourcePoint" />
            <mxPoint x="310" y="1360" as="targetPoint" />
            <mxPoint as="offset" />
          </mxGeometry>
        </mxCell>
        <mxCell id="bet9H8ktPUoF8WtyspT3-17" value="&lt;div&gt;GameView&lt;/div&gt;" style="rounded=0;whiteSpace=wrap;html=1;" vertex="1" parent="1">
          <mxGeometry x="205" y="980" width="120" height="60" as="geometry" />
        </mxCell>
        <mxCell id="bet9H8ktPUoF8WtyspT3-18" value="" style="endArrow=none;html=1;rounded=0;entryX=0.5;entryY=1;entryDx=0;entryDy=0;exitX=0.5;exitY=0;exitDx=0;exitDy=0;" edge="1" parent="1" source="bet9H8ktPUoF8WtyspT3-1" target="bet9H8ktPUoF8WtyspT3-17">
          <mxGeometry width="50" height="50" relative="1" as="geometry">
            <mxPoint x="285" y="1220" as="sourcePoint" />
            <mxPoint x="335" y="1170" as="targetPoint" />
          </mxGeometry>
        </mxCell>
        <mxCell id="bet9H8ktPUoF8WtyspT3-19" value="&lt;span style=&quot;color: rgb(0, 0, 0); font-family: Helvetica; font-size: 11px; font-style: normal; font-variant-ligatures: normal; font-variant-caps: normal; font-weight: 400; letter-spacing: normal; orphans: 2; text-align: center; text-indent: 0px; text-transform: none; widows: 2; word-spacing: 0px; -webkit-text-stroke-width: 0px; background-color: rgb(255, 255, 255); text-decoration-thickness: initial; text-decoration-style: initial; text-decoration-color: initial; float: none; display: inline !important;&quot;&gt;1.5: draw()&lt;/span&gt;" style="endArrow=classic;html=1;rounded=0;" edge="1" parent="1">
          <mxGeometry x="-0.2" y="-50" width="50" height="50" relative="1" as="geometry">
            <mxPoint x="275" y="1110" as="sourcePoint" />
            <mxPoint x="275" y="1060" as="targetPoint" />
            <mxPoint as="offset" />
          </mxGeometry>
        </mxCell>
        <mxCell id="o75tmSS3bGb5CLw6KrYa-1" value="&lt;div&gt;BaseplateBuilder&lt;/div&gt;" style="rounded=0;whiteSpace=wrap;html=1;" vertex="1" parent="1">
          <mxGeometry x="210" y="1730" width="120" height="60" as="geometry" />
        </mxCell>
        <mxCell id="o75tmSS3bGb5CLw6KrYa-2" value="" style="endArrow=none;html=1;rounded=0;entryX=0.5;entryY=1;entryDx=0;entryDy=0;exitX=0.5;exitY=0;exitDx=0;exitDy=0;" edge="1" parent="1" source="o75tmSS3bGb5CLw6KrYa-1" target="o75tmSS3bGb5CLw6KrYa-3">
          <mxGeometry width="50" height="50" relative="1" as="geometry">
            <mxPoint x="-10" y="1740" as="sourcePoint" />
            <mxPoint x="40" y="1690" as="targetPoint" />
          </mxGeometry>
        </mxCell>
        <mxCell id="o75tmSS3bGb5CLw6KrYa-3" value="&lt;div&gt;GameModel&lt;/div&gt;" style="rounded=0;whiteSpace=wrap;html=1;" vertex="1" parent="1">
          <mxGeometry x="210" y="1610" width="120" height="60" as="geometry" />
        </mxCell>
        <mxCell id="o75tmSS3bGb5CLw6KrYa-4" value="&lt;div&gt;&lt;span style=&quot;color: rgb(0, 0, 0); font-family: Helvetica; font-size: 11px; font-style: normal; font-variant-ligatures: normal; font-variant-caps: normal; font-weight: 400; letter-spacing: normal; orphans: 2; text-align: center; text-indent: 0px; text-transform: none; widows: 2; word-spacing: 0px; -webkit-text-stroke-width: 0px; background-color: rgb(255, 255, 255); text-decoration-thickness: initial; text-decoration-style: initial; text-decoration-color: initial; float: none; display: inline !important;&quot;&gt;1.1: new BaseplateBuilder()&lt;/span&gt;&lt;/div&gt;&lt;span style=&quot;background-color: light-dark(rgb(255, 255, 255), rgb(18, 18, 18)); color: light-dark(rgb(0, 0, 0), rgb(237, 237, 237));&quot;&gt;1.2: createLevel()&lt;/span&gt;" style="endArrow=classic;html=1;rounded=0;" edge="1" parent="1">
          <mxGeometry x="-0.04" y="80" width="50" height="50" relative="1" as="geometry">
            <mxPoint x="280" y="1676" as="sourcePoint" />
            <mxPoint x="280" y="1726" as="targetPoint" />
            <mxPoint as="offset" />
          </mxGeometry>
        </mxCell>
-         <mxCell id="o75tmSS3bGb5CLw6KrYa-5" value="&lt;div&gt;Game&lt;/div&gt;" style="rounded=0;whiteSpace=wrap;html=1;" vertex="1" parent="1">
+         <mxCell id="o75tmSS3bGb5CLw6KrYa-5" value="&lt;div&gt;Ascent.Game&lt;/div&gt;" style="rounded=0;whiteSpace=wrap;html=1;" vertex="1" parent="1">
          <mxGeometry x="460" y="1610" width="120" height="60" as="geometry" />
        </mxCell>
        <mxCell id="o75tmSS3bGb5CLw6KrYa-6" value="" style="endArrow=none;html=1;rounded=0;entryX=0;entryY=0.5;entryDx=0;entryDy=0;exitX=1;exitY=0.5;exitDx=0;exitDy=0;" edge="1" parent="1" source="o75tmSS3bGb5CLw6KrYa-3" target="o75tmSS3bGb5CLw6KrYa-5">
          <mxGeometry width="50" height="50" relative="1" as="geometry">
            <mxPoint x="220" y="2070" as="sourcePoint" />
            <mxPoint x="270" y="2020" as="targetPoint" />
          </mxGeometry>
        </mxCell>
        <mxCell id="o75tmSS3bGb5CLw6KrYa-7" value="&lt;span style=&quot;color: rgb(0, 0, 0); font-family: Helvetica; font-size: 11px; font-style: normal; font-variant-ligatures: normal; font-variant-caps: normal; font-weight: 400; letter-spacing: normal; orphans: 2; text-align: center; text-indent: 0px; text-transform: none; widows: 2; word-spacing: 0px; -webkit-text-stroke-width: 0px; background-color: rgb(255, 255, 255); text-decoration-thickness: initial; text-decoration-style: initial; text-decoration-color: initial; float: none; display: inline !important;&quot;&gt;1: new GameModel()&lt;/span&gt;" style="endArrow=classic;html=1;rounded=0;" edge="1" parent="1">
          <mxGeometry x="-0.2" y="-10" width="50" height="50" relative="1" as="geometry">
            <mxPoint x="419" y="1630" as="sourcePoint" />
            <mxPoint x="369" y="1630" as="targetPoint" />
            <mxPoint as="offset" />
          </mxGeometry>
        </mxCell>
        <mxCell id="o75tmSS3bGb5CLw6KrYa-8" value="&lt;div&gt;MonsterPool&lt;/div&gt;" style="rounded=0;whiteSpace=wrap;html=1;" vertex="1" parent="1">
          <mxGeometry x="460" y="1840" width="120" height="60" as="geometry" />
        </mxCell>
        <mxCell id="o75tmSS3bGb5CLw6KrYa-9" value="&lt;div&gt;Level&lt;/div&gt;" style="rounded=0;whiteSpace=wrap;html=1;" vertex="1" parent="1">
          <mxGeometry x="-40" y="1840" width="120" height="60" as="geometry" />
        </mxCell>
        <mxCell id="o75tmSS3bGb5CLw6KrYa-10" value="" style="endArrow=none;html=1;rounded=0;entryX=1;entryY=0.5;entryDx=0;entryDy=0;exitX=0.5;exitY=0;exitDx=0;exitDy=0;" edge="1" parent="1" source="o75tmSS3bGb5CLw6KrYa-8" target="o75tmSS3bGb5CLw6KrYa-1">
          <mxGeometry width="50" height="50" relative="1" as="geometry">
            <mxPoint x="220" y="2070" as="sourcePoint" />
            <mxPoint x="270" y="2020" as="targetPoint" />
            <Array as="points">
              <mxPoint x="520" y="1760" />
            </Array>
          </mxGeometry>
        </mxCell>
        <mxCell id="o75tmSS3bGb5CLw6KrYa-11" value="&lt;span style=&quot;color: rgb(0, 0, 0); font-family: Helvetica; font-size: 11px; font-style: normal; font-variant-ligatures: normal; font-variant-caps: normal; font-weight: 400; letter-spacing: normal; orphans: 2; text-align: center; text-indent: 0px; text-transform: none; widows: 2; word-spacing: 0px; -webkit-text-stroke-width: 0px; background-color: rgb(255, 255, 255); text-decoration-thickness: initial; text-decoration-style: initial; text-decoration-color: initial; float: none; display: inline !important;&quot;&gt;1.1.1: getInstance()&lt;/span&gt;&lt;div&gt;&lt;span style=&quot;color: rgb(0, 0, 0); font-family: Helvetica; font-size: 11px; font-style: normal; font-variant-ligatures: normal; font-variant-caps: normal; font-weight: 400; letter-spacing: normal; orphans: 2; text-align: center; text-indent: 0px; text-transform: none; widows: 2; word-spacing: 0px; -webkit-text-stroke-width: 0px; background-color: rgb(255, 255, 255); text-decoration-thickness: initial; text-decoration-style: initial; text-decoration-color: initial; float: none; display: inline !important;&quot;&gt;1.2.3.1: acquire()&lt;/span&gt;&lt;/div&gt;" style="endArrow=classic;html=1;rounded=0;" edge="1" parent="1">
          <mxGeometry x="-0.2" y="52" width="50" height="50" relative="1" as="geometry">
            <mxPoint x="530" y="1780" as="sourcePoint" />
            <mxPoint x="530" y="1830" as="targetPoint" />
            <mxPoint as="offset" />
          </mxGeometry>
        </mxCell>
        <mxCell id="o75tmSS3bGb5CLw6KrYa-12" value="" style="endArrow=none;html=1;rounded=0;entryX=0;entryY=0.5;entryDx=0;entryDy=0;exitX=0.5;exitY=0;exitDx=0;exitDy=0;" edge="1" parent="1" source="o75tmSS3bGb5CLw6KrYa-9" target="o75tmSS3bGb5CLw6KrYa-1">
          <mxGeometry width="50" height="50" relative="1" as="geometry">
            <mxPoint x="220" y="2070" as="sourcePoint" />
            <mxPoint x="270" y="2020" as="targetPoint" />
            <Array as="points">
              <mxPoint x="20" y="1760" />
            </Array>
          </mxGeometry>
        </mxCell>
        <mxCell id="o75tmSS3bGb5CLw6KrYa-13" value="&lt;span style=&quot;background-color: rgb(255, 255, 255); color: rgb(0, 0, 0); float: none; display: inline !important;&quot;&gt;1.2.1: new level()&lt;/span&gt;&lt;div&gt;&lt;font&gt;1.2.2: setPlayer()&lt;/font&gt;&lt;/div&gt;&lt;div&gt;&lt;font&gt;1.2.3: setMonsters()&lt;/font&gt;&lt;/div&gt;&lt;div&gt;&lt;font&gt;1.2.4:setWalls()&lt;/font&gt;&lt;/div&gt;" style="endArrow=classic;html=1;rounded=0;" edge="1" parent="1">
          <mxGeometry x="-0.2" y="-30" width="50" height="50" relative="1" as="geometry">
            <mxPoint x="140" y="1750" as="sourcePoint" />
            <mxPoint x="90" y="1750" as="targetPoint" />
            <mxPoint as="offset" />
          </mxGeometry>
        </mxCell>
      </root>
    </mxGraphModel>
  </diagram>
</mxfile>
